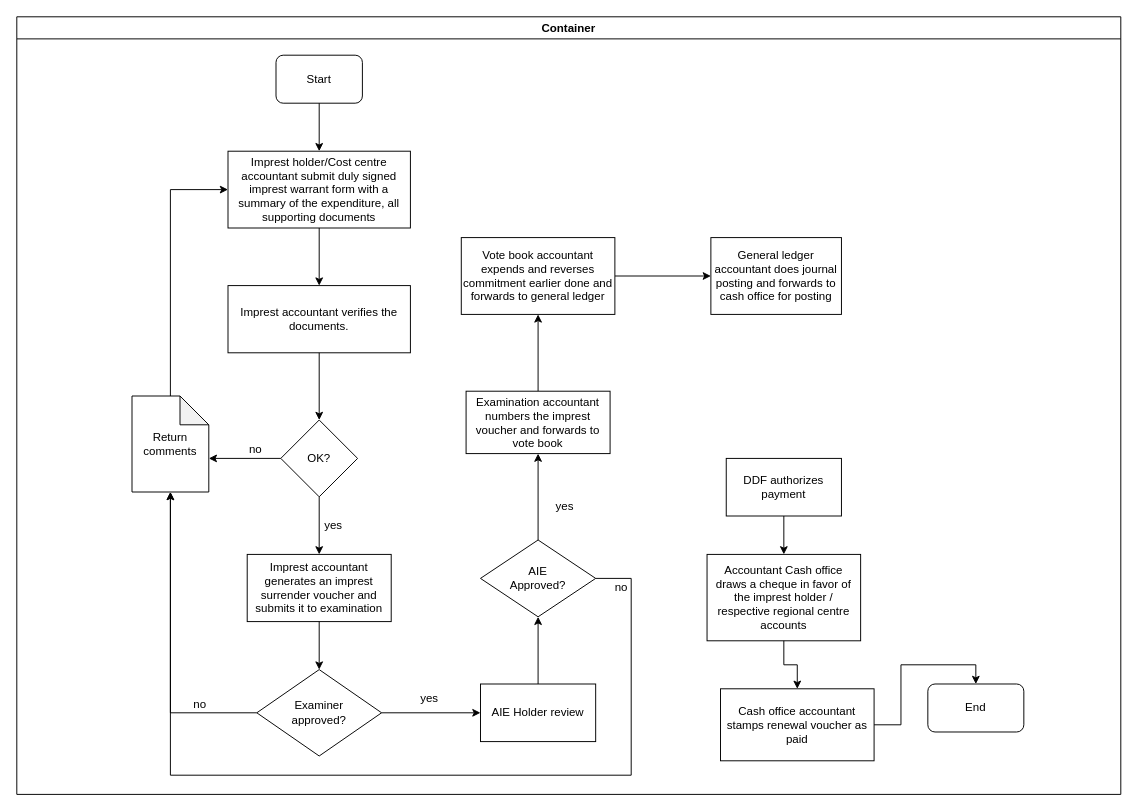
Earlier version of the draw.io diagram KEFRI-FIN-IMPREST SURRENDER.drawio (kmagua/flowcharts). Source tidied: cells renumbered, new cells numbered last; positions are measured from the earlier drawing's top-left corner, leaving out a move shared by most shapes. Both pictures are drawn from the tidied source at 96%, with x=0, y=0 at pixel (16, 16).
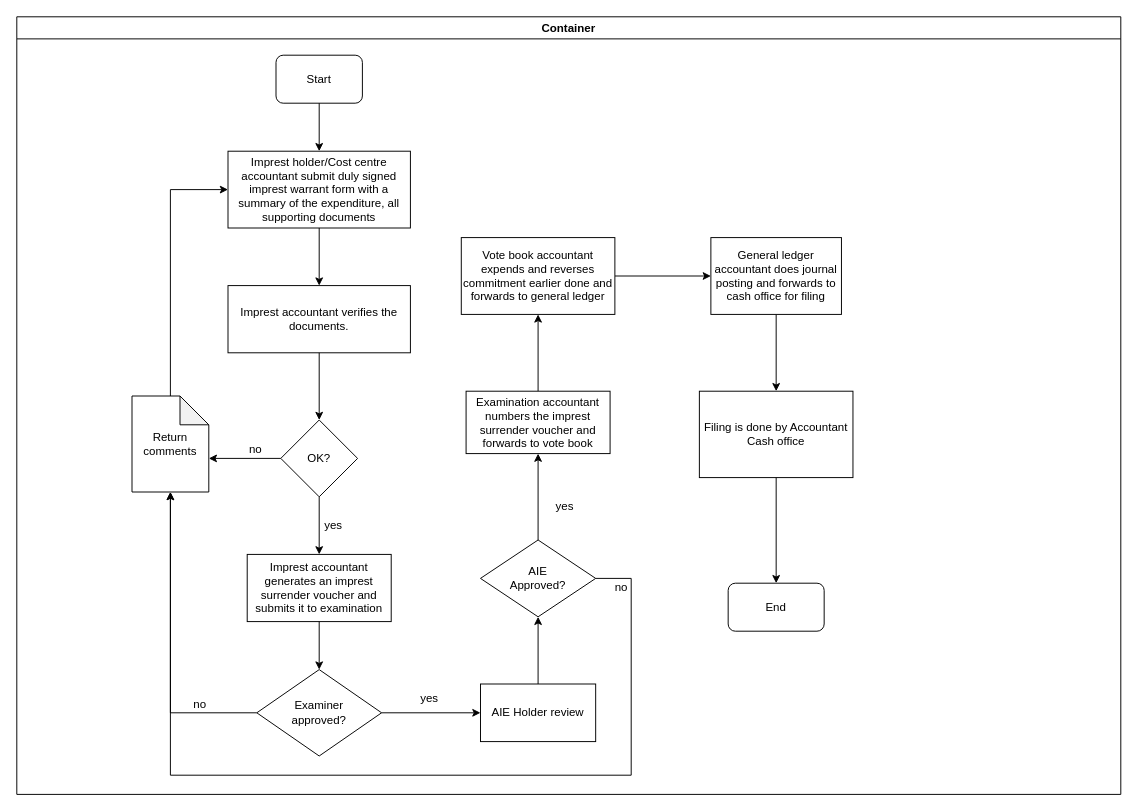
Above is the later version.

Unchanged cells that the change refers to:
```xml
<mxCell id="2" value="Container" style="swimlane;startSize=23;" parent="1" vertex="1">
  <mxGeometry width="1150" height="810" as="geometry" />
</mxCell>
```

The edit, as a diff of the source:
```diff
@@
-    <mxCell id="18" value="DDF authorizes payment" style="whiteSpace=wrap;html=1;rounded=0;" parent="2" vertex="1">
-      <mxGeometry x="739" y="460" width="120" height="60" as="geometry" />
-    </mxCell>
     <mxCell id="19" value="End" style="rounded=1;whiteSpace=wrap;html=1;" parent="2" vertex="1">
-      <mxGeometry x="949" y="695" width="100" height="50" as="geometry" />
+      <mxGeometry x="741" y="590" width="100" height="50" as="geometry" />
     </mxCell>
-    <mxCell id="20" value="Cash office accountant stamps renewal voucher as paid" style="whiteSpace=wrap;html=1;rounded=0;" parent="2" vertex="1">
-      <mxGeometry x="733" y="700" width="160" height="75" as="geometry" />
-    </mxCell>
-    <mxCell id="21" style="edgeStyle=orthogonalEdgeStyle;rounded=0;jettySize=auto;html=1;entryX=0.5;entryY=0;entryDx=0;entryDy=0;" parent="2" edge="1" source="20" target="19">
-      <mxGeometry relative="1" as="geometry" />
-    </mxCell>
-    <mxCell id="22" value="Accountant Cash office draws a cheque in favor of the imprest holder / respective regional centre accounts" style="whiteSpace=wrap;html=1;rounded=0;" parent="2" vertex="1">
-      <mxGeometry x="719" y="560" width="160" height="90" as="geometry" />
+    <mxCell id="22" value="Filing is done by Accountant Cash office" style="whiteSpace=wrap;html=1;rounded=0;" parent="2" vertex="1">
+      <mxGeometry x="711" y="390" width="160" height="90" as="geometry" />
     </mxCell>
-    <mxCell id="23" style="edgeStyle=orthogonalEdgeStyle;rounded=0;jettySize=auto;html=1;" parent="2" edge="1" source="22" target="20">
-      <mxGeometry relative="1" as="geometry" />
-    </mxCell>
-    <mxCell id="24" style="edgeStyle=orthogonalEdgeStyle;rounded=0;jettySize=auto;html=1;" parent="2" edge="1" source="18" target="22">
-      <mxGeometry relative="1" as="geometry" />
-    </mxCell>
+    <mxCell id="42" style="edgeStyle=orthogonalEdgeStyle;rounded=0;jettySize=auto;html=1;entryX=0.5;entryY=0;entryDx=0;entryDy=0;" parent="2" edge="1" source="22" target="19">
+      <mxGeometry relative="1" as="geometry" />
+    </mxCell>
@@
-    <mxCell id="34" value="Examination accountant numbers the imprest voucher and forwards to vote book" style="whiteSpace=wrap;html=1;rounded=0;" parent="1" vertex="1">
+    <mxCell id="34" value="Examination accountant numbers the imprest surrender voucher and forwards to vote book" style="whiteSpace=wrap;html=1;rounded=0;" parent="1" vertex="1">
       <mxGeometry x="468" y="390" width="150" height="65" as="geometry" />
     </mxCell>
@@
+    <mxCell id="43" style="edgeStyle=orthogonalEdgeStyle;rounded=0;jettySize=auto;html=1;entryX=0.5;entryY=0;entryDx=0;entryDy=0;" parent="1" edge="1" source="41" target="22">
+      <mxGeometry relative="1" as="geometry" />
+    </mxCell>
-    <mxCell id="41" value="General ledger accountant does journal posting and forwards to cash office for posting" style="whiteSpace=wrap;html=1;rounded=0;" parent="1" vertex="1">
+    <mxCell id="41" value="General ledger accountant does journal posting and forwards to cash office for filing" style="whiteSpace=wrap;html=1;rounded=0;" parent="1" vertex="1">
       <mxGeometry x="723" y="230" width="136" height="80" as="geometry" />
     </mxCell>
```
